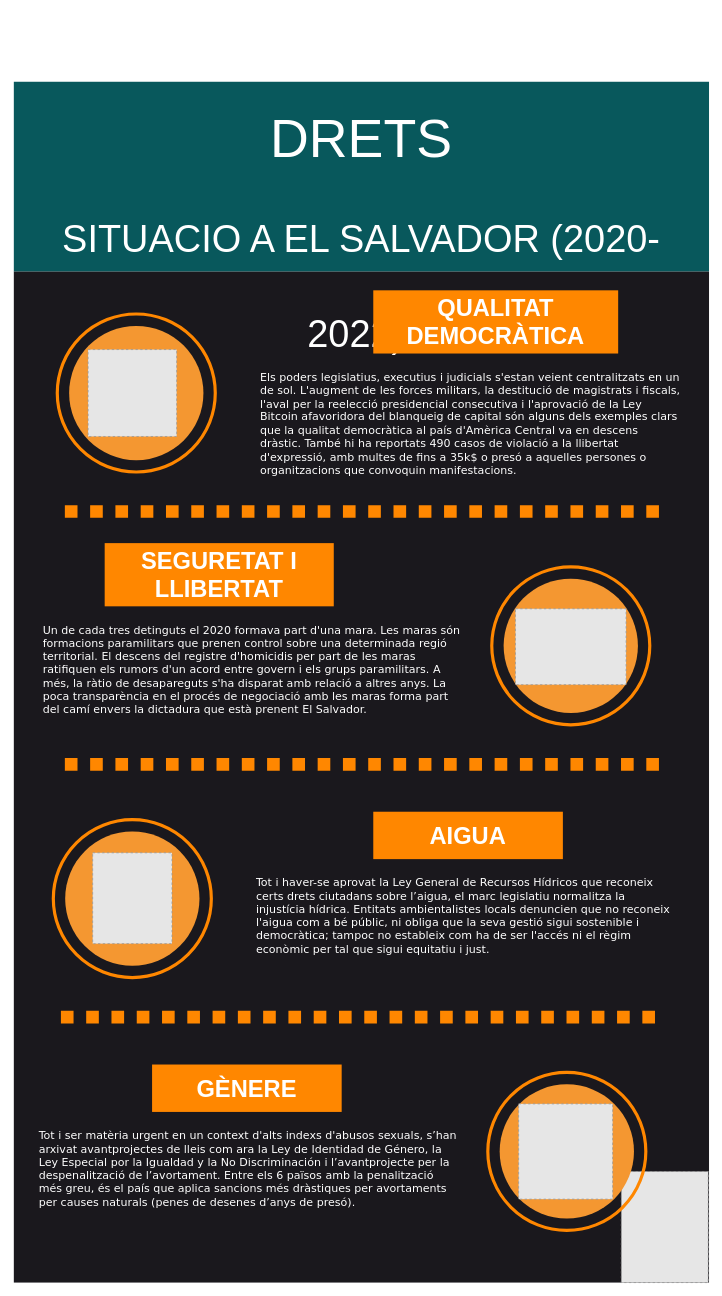
Cletar/JocMemoryJS keeps this draw.io diagram as Untitled Diagram.drawio. Above is the earlier version. Source tidied: cells renumbered, new cells numbered last; positions are measured from the earlier drawing's top-left corner, leaving out a move shared by most shapes. Both pictures are drawn from the tidied source at 79%, with x=0, y=0 at pixel (13, 81). Pictures stored in the file or linked from it are replaced by grey dashed boxes.
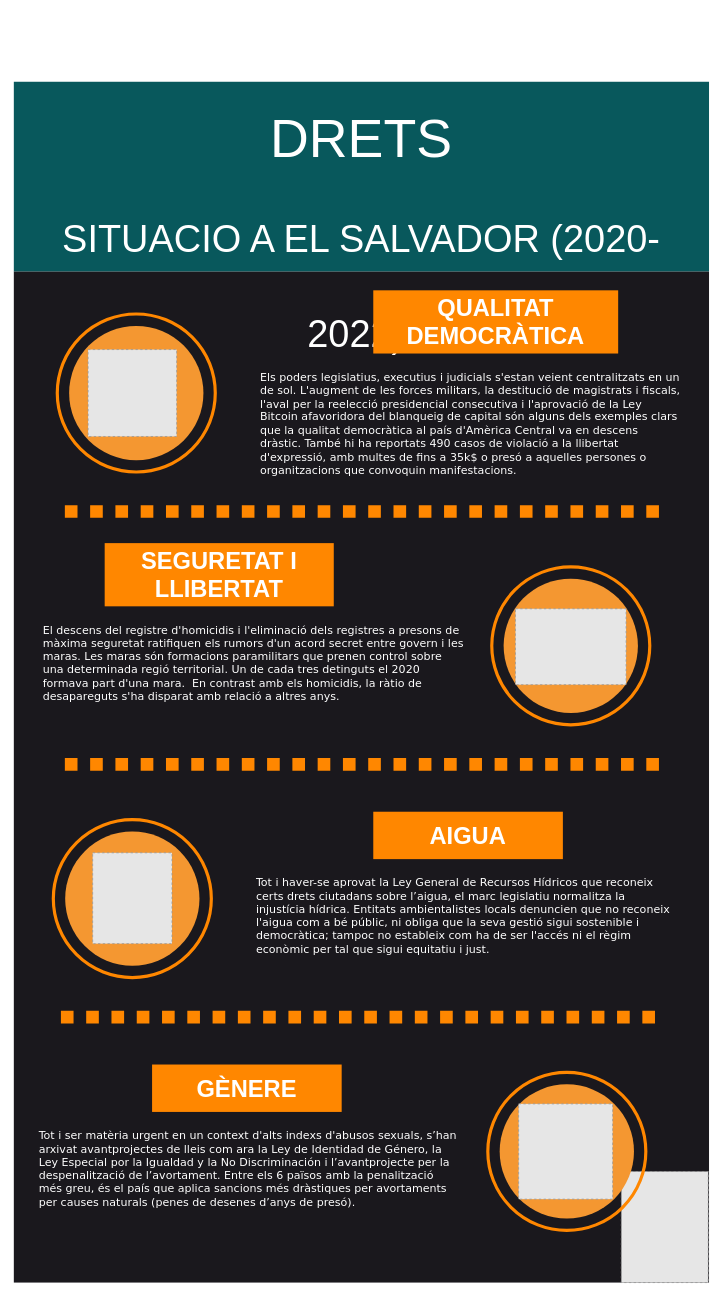
After the change.

What changed in the source:
```diff
@@
-    <mxCell id="14" value="&lt;font color=&quot;#ffffff&quot; face=&quot;Verdana&quot;&gt;Un de cada tres detinguts el 2020 formava part d'una mara. Les maras són formacions paramilitars que prenen control sobre una determinada regió territorial. El descens del registre d'homicidis per part de les maras ratifiquen els rumors d'un acord entre govern i els grups paramilitars. A més, la ràtio de desapareguts s'ha disparat amb relació a altres anys. La poca transparència en el procés de negociació amb les maras forma part del camí envers la dictadura que està prenent El Salvador.&lt;/font&gt;" style="text;spacingTop=-5;fillColor=#ffffff;whiteSpace=wrap;html=1;align=left;fontSize=14;fontFamily=Helvetica;fillColor=none;strokeColor=none;rounded=0;shadow=0;dashed=0;fontColor=#FEF15B;" parent="1" vertex="1">
-      <mxGeometry x="35" y="684" width="535" height="130" as="geometry" />
+    <mxCell id="14" value="&lt;span style=&quot;color: rgb(255 , 255 , 255) ; font-family: &amp;#34;verdana&amp;#34;&quot;&gt;El descens del registre d'homicidis i l'eliminació dels registres a presons de màxima seguretat ratifiquen els rumors d'un acord secret entre govern i les maras.&amp;nbsp;&lt;/span&gt;&lt;span style=&quot;color: rgb(255 , 255 , 255) ; font-family: &amp;#34;verdana&amp;#34;&quot;&gt;Les maras són formacions paramilitars que prenen control sobre una determinada regió territorial.&amp;nbsp;&lt;/span&gt;&lt;font color=&quot;#ffffff&quot; face=&quot;Verdana&quot;&gt;Un de cada tres detinguts el 2020 formava part d'una mara.&amp;nbsp; En contrast amb els homicidis, la ràtio de desapareguts s'ha disparat amb relació a altres anys.&lt;/font&gt;" style="text;spacingTop=-5;fillColor=#ffffff;whiteSpace=wrap;html=1;align=left;fontSize=14;fontFamily=Helvetica;fillColor=none;strokeColor=none;rounded=0;shadow=0;dashed=0;fontColor=#FEF15B;" parent="1" vertex="1">
+      <mxGeometry x="35" y="684" width="535" height="116" as="geometry" />
     </mxCell>
```
